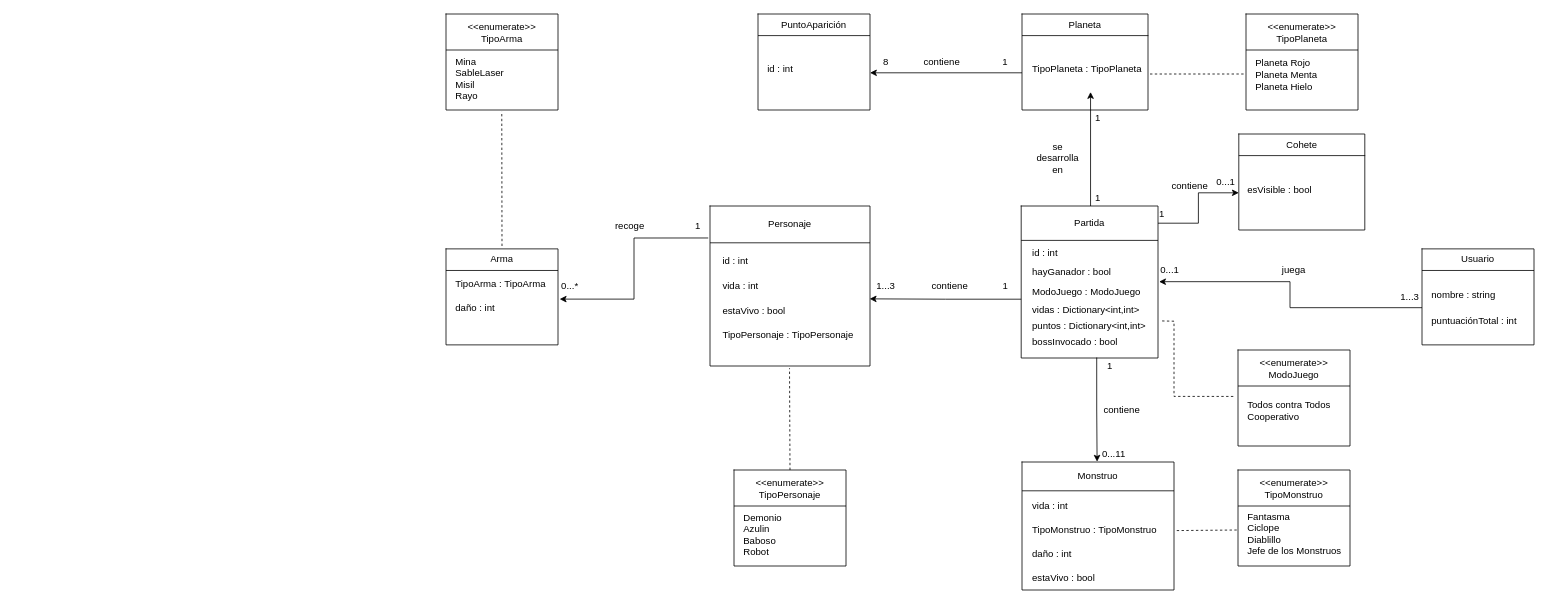
The draw.io diagram CosmicCombat.drawio in juacasalb/Cosmic-Combat, before the edit. Source tidied: cells renumbered, new cells numbered last; positions are measured from the earlier drawing's top-left corner, leaving out a move shared by most shapes. Both pictures are drawn from the tidied source at 80%, with x=0, y=0 at pixel (446, 14).
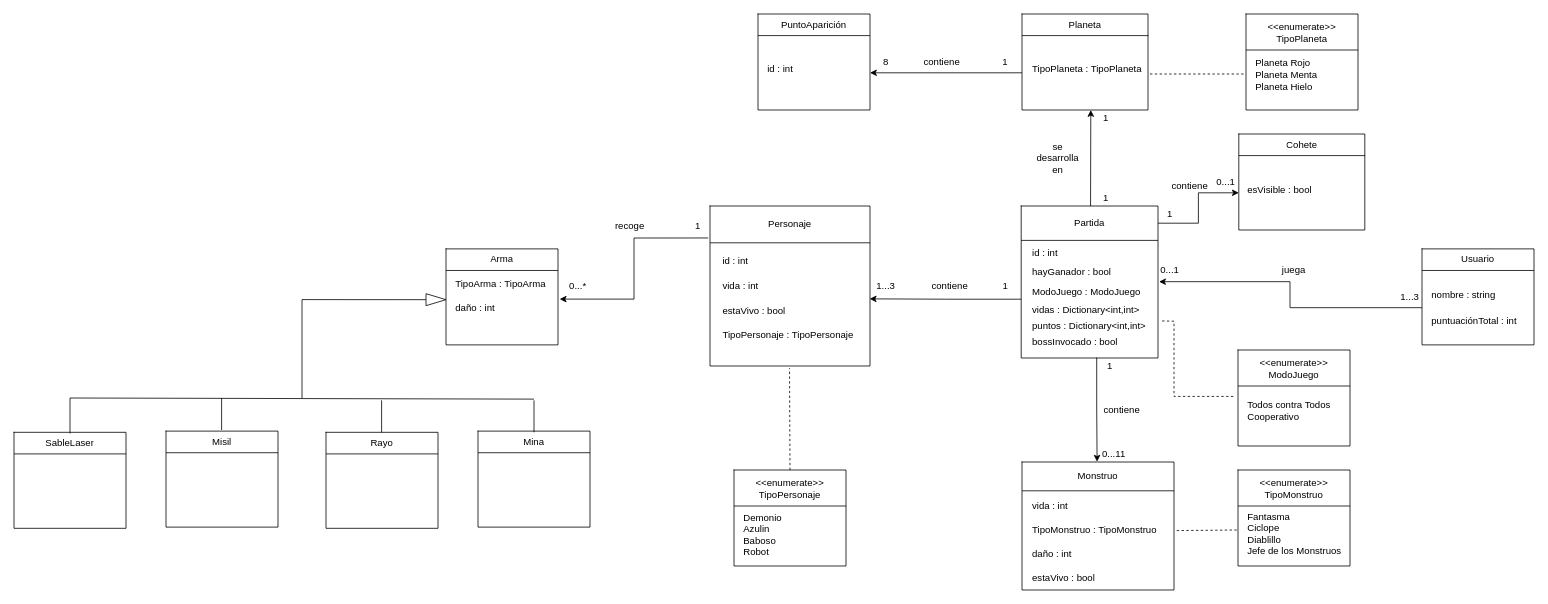
The same page after the edit.

The change refers to these unchanged cells:
```xml
<mxCell id="22" style="group;" parent="1" vertex="1">
  <mxGeometry x="719" y="240" width="171" height="190" as="geometry" />
</mxCell>
```

Change to the diagram source:
```diff
@@
-    <mxCell id="35" style="endArrow=classic;html=1;rounded=0;entryX=0.5;entryY=1;entryDx=0;entryDy=0;" parent="22" edge="1">
+    <mxCell id="35" style="endArrow=classic;html=1;rounded=0;" parent="22" edge="1">
       <mxGeometry relative="1" as="geometry">
         <mxPoint x="86.7" as="sourcePoint" />
-        <mxPoint x="86.7" y="-142.5" as="targetPoint" />
+        <mxPoint x="87" y="-120" as="targetPoint" />
       </mxGeometry>
     </mxCell>
     <mxCell id="36" value="1" style="text;html=1;strokeColor=none;fillColor=none;align=center;verticalAlign=middle;whiteSpace=wrap;rounded=0;" parent="1" vertex="1">
-      <mxGeometry x="795" y="120" width="40" height="20" as="geometry" />
+      <mxGeometry x="805" y="120" width="40" height="20" as="geometry" />
     </mxCell>
     <mxCell id="37" value="1" style="text;html=1;strokeColor=none;fillColor=none;align=center;verticalAlign=middle;whiteSpace=wrap;rounded=0;" parent="1" vertex="1">
-      <mxGeometry x="795" y="220" width="40" height="20" as="geometry" />
+      <mxGeometry x="805" y="220" width="40" height="20" as="geometry" />
     </mxCell>
@@
     <mxCell id="104" value="1" style="text;html=1;strokeColor=none;fillColor=none;align=center;verticalAlign=middle;whiteSpace=wrap;rounded=0;" parent="1" vertex="1">
-      <mxGeometry x="880" y="240" width="30" height="20" as="geometry" />
+      <mxGeometry x="890" y="240" width="30" height="20" as="geometry" />
     </mxCell>
@@
-    <mxCell id="118" style="group;" parent="1" vertex="1">
-      <mxGeometry width="140" height="120" as="geometry" />
-    </mxCell>
-    <mxCell id="119" style="group;" parent="118" vertex="1">
-      <mxGeometry width="140" height="120" as="geometry" />
-    </mxCell>
-    <mxCell id="120" style="shape=table;startSize=0;childLayout=tableLayout;" parent="119" vertex="1">
-      <mxGeometry width="140" height="120" as="geometry" />
-    </mxCell>
-    <mxCell id="121" style="shape=tableRow;horizontal=0;startSize=0;swimlaneHead=0;swimlaneBody=0;strokeColor=inherit;top=0;left=0;bottom=0;right=0;fillColor=none;" parent="120" vertex="1">
-      <mxGeometry width="140" height="45" as="geometry" />
-    </mxCell>
-    <mxCell id="122" value="&lt;div&gt;&amp;lt;&amp;lt;enumerate&amp;gt;&amp;gt;&lt;br&gt;&lt;/div&gt;&lt;div&gt;TipoArma&lt;/div&gt;" style="shape=partialRectangle;html=1;whiteSpace=wrap;strokeColor=inherit;overflow=hidden;fillColor=none;top=0;left=0;bottom=0;right=0;" parent="121" vertex="1">
-      <mxGeometry width="140" height="45" as="geometry" />
-    </mxCell>
-    <mxCell id="123" style="shape=tableRow;horizontal=0;startSize=0;swimlaneHead=0;swimlaneBody=0;strokeColor=inherit;top=0;left=0;bottom=0;right=0;fillColor=none;points=[[0,0.5],[1,0.5]];portConstraint=eastwest;" parent="120" vertex="1">
-      <mxGeometry y="45" width="140" height="75" as="geometry" />
-    </mxCell>
-    <mxCell id="124" style="shape=partialRectangle;html=1;whiteSpace=wrap;strokeColor=inherit;overflow=hidden;fillColor=none;top=0;left=0;bottom=0;right=0;" parent="123" vertex="1">
-      <mxGeometry width="140" height="75" as="geometry" />
-    </mxCell>
-    <mxCell id="125" value="&lt;div&gt;Mina&lt;br&gt;&lt;/div&gt;&lt;div&gt;SableLaser&lt;br&gt;&lt;/div&gt;&lt;div&gt;Misil&lt;br&gt;&lt;/div&gt;&lt;div&gt;Rayo&lt;br&gt;&lt;/div&gt;" style="text;html=1;strokeColor=none;fillColor=none;align=left;verticalAlign=middle;whiteSpace=wrap;rounded=0;" parent="119" vertex="1">
-      <mxGeometry x="10" y="50" width="120" height="61.1" as="geometry" />
-    </mxCell>
     <mxCell id="126" value="0...*" style="text;html=1;strokeColor=none;fillColor=none;align=center;verticalAlign=middle;whiteSpace=wrap;rounded=0;" parent="1" vertex="1">
-      <mxGeometry x="140" y="327.5" width="30" height="25" as="geometry" />
+      <mxGeometry x="150" y="327.5" width="30" height="25" as="geometry" />
     </mxCell>
@@
-    <mxCell id="128" style="endArrow=none;html=1;rounded=0;entryX=0.498;entryY=1.025;entryDx=0;entryDy=0;entryPerimeter=0;dashed=1;" parent="1" edge="1" target="123">
-      <mxGeometry relative="1" as="geometry">
-        <mxPoint x="70" y="290" as="sourcePoint" />
-      </mxGeometry>
-    </mxCell>
@@
+    <mxCell id="141" style="group;" parent="1" vertex="1">
+      <mxGeometry x="-350" y="521.4" width="140" height="120" as="geometry" />
+    </mxCell>
+    <mxCell id="142" style="shape=table;startSize=0;childLayout=tableLayout;" parent="141" vertex="1">
+      <mxGeometry width="140" height="120" as="geometry" />
+    </mxCell>
+    <mxCell id="143" style="shape=tableRow;horizontal=0;startSize=0;swimlaneHead=0;swimlaneBody=0;strokeColor=inherit;top=0;left=0;bottom=0;right=0;fillColor=none;" parent="142" vertex="1">
+      <mxGeometry width="140" height="27" as="geometry" />
+    </mxCell>
+    <mxCell id="144" value="Misil" style="shape=partialRectangle;html=1;whiteSpace=wrap;strokeColor=inherit;overflow=hidden;fillColor=none;top=0;left=0;bottom=0;right=0;" parent="143" vertex="1">
+      <mxGeometry width="140" height="27" as="geometry" />
+    </mxCell>
+    <mxCell id="145" style="shape=tableRow;horizontal=0;startSize=0;swimlaneHead=0;swimlaneBody=0;strokeColor=inherit;top=0;left=0;bottom=0;right=0;fillColor=none;" parent="142" vertex="1">
+      <mxGeometry y="27" width="140" height="93" as="geometry" />
+    </mxCell>
+    <mxCell id="146" style="shape=partialRectangle;html=1;whiteSpace=wrap;strokeColor=inherit;overflow=hidden;fillColor=none;top=0;left=0;bottom=0;right=0;" parent="145" vertex="1">
+      <mxGeometry width="140" height="93" as="geometry" />
+    </mxCell>
+    <mxCell id="147" style="group;" parent="1" vertex="1">
+      <mxGeometry x="40" y="521.4" width="140" height="120" as="geometry" />
+    </mxCell>
+    <mxCell id="148" style="shape=table;startSize=0;childLayout=tableLayout;" parent="147" vertex="1">
+      <mxGeometry width="140" height="120" as="geometry" />
+    </mxCell>
+    <mxCell id="149" style="shape=tableRow;horizontal=0;startSize=0;swimlaneHead=0;swimlaneBody=0;strokeColor=inherit;top=0;left=0;bottom=0;right=0;fillColor=none;" parent="148" vertex="1">
+      <mxGeometry width="140" height="27" as="geometry" />
+    </mxCell>
+    <mxCell id="150" value="Mina" style="shape=partialRectangle;html=1;whiteSpace=wrap;strokeColor=inherit;overflow=hidden;fillColor=none;top=0;left=0;bottom=0;right=0;" parent="149" vertex="1">
+      <mxGeometry width="140" height="27" as="geometry" />
+    </mxCell>
+    <mxCell id="151" style="shape=tableRow;horizontal=0;startSize=0;swimlaneHead=0;swimlaneBody=0;strokeColor=inherit;top=0;left=0;bottom=0;right=0;fillColor=none;" parent="148" vertex="1">
+      <mxGeometry y="27" width="140" height="93" as="geometry" />
+    </mxCell>
+    <mxCell id="152" style="shape=partialRectangle;html=1;whiteSpace=wrap;strokeColor=inherit;overflow=hidden;fillColor=none;top=0;left=0;bottom=0;right=0;" parent="151" vertex="1">
+      <mxGeometry width="140" height="93" as="geometry" />
+    </mxCell>
+    <mxCell id="153" style="endArrow=none;html=1;rounded=0;" parent="1" edge="1">
+      <mxGeometry relative="1" as="geometry">
+        <mxPoint x="-470" y="480" as="sourcePoint" />
+        <mxPoint x="110" y="481.4" as="targetPoint" />
+      </mxGeometry>
+    </mxCell>
+    <mxCell id="154" style="endArrow=none;html=1;rounded=0;entryX=0;entryY=0.5;entryDx=0;entryDy=0;" parent="1" edge="1" target="163">
+      <mxGeometry relative="1" as="geometry">
+        <mxPoint x="-180" y="480" as="sourcePoint" />
+        <Array as="points">
+          <mxPoint x="-180" y="357" />
+        </Array>
+      </mxGeometry>
+    </mxCell>
+    <mxCell id="155" style="endArrow=none;html=1;rounded=0;entryX=0;entryY=0.5;entryDx=0;entryDy=0;" parent="1" edge="1">
+      <mxGeometry relative="1" as="geometry">
+        <mxPoint x="-280.5" y="520" as="sourcePoint" />
+        <mxPoint x="-280.5" y="480" as="targetPoint" />
+      </mxGeometry>
+    </mxCell>
+    <mxCell id="156" style="endArrow=none;html=1;rounded=0;entryX=0;entryY=0.5;entryDx=0;entryDy=0;" parent="1" edge="1">
+      <mxGeometry relative="1" as="geometry">
+        <mxPoint x="110" y="522.9" as="sourcePoint" />
+        <mxPoint x="110" y="482.9" as="targetPoint" />
+      </mxGeometry>
+    </mxCell>
+    <mxCell id="157" style="group;" parent="1" vertex="1">
+      <mxGeometry x="-150" y="522.9" width="140" height="120" as="geometry" />
+    </mxCell>
+    <mxCell id="158" style="shape=table;startSize=0;childLayout=tableLayout;" parent="157" vertex="1">
+      <mxGeometry width="140" height="120" as="geometry" />
+    </mxCell>
+    <mxCell id="159" style="shape=tableRow;horizontal=0;startSize=0;swimlaneHead=0;swimlaneBody=0;strokeColor=inherit;top=0;left=0;bottom=0;right=0;fillColor=none;" parent="158" vertex="1">
+      <mxGeometry width="140" height="27" as="geometry" />
+    </mxCell>
+    <mxCell id="160" value="Rayo" style="shape=partialRectangle;html=1;whiteSpace=wrap;strokeColor=inherit;overflow=hidden;fillColor=none;top=0;left=0;bottom=0;right=0;" parent="159" vertex="1">
+      <mxGeometry width="140" height="27" as="geometry" />
+    </mxCell>
+    <mxCell id="161" style="shape=tableRow;horizontal=0;startSize=0;swimlaneHead=0;swimlaneBody=0;strokeColor=inherit;top=0;left=0;bottom=0;right=0;fillColor=none;" parent="158" vertex="1">
+      <mxGeometry y="27" width="140" height="93" as="geometry" />
+    </mxCell>
+    <mxCell id="162" style="shape=partialRectangle;html=1;whiteSpace=wrap;strokeColor=inherit;overflow=hidden;fillColor=none;top=0;left=0;bottom=0;right=0;" parent="161" vertex="1">
+      <mxGeometry width="140" height="93" as="geometry" />
+    </mxCell>
+    <mxCell id="163" style="triangle;whiteSpace=wrap;html=1;rotation=0;" parent="1" vertex="1">
+      <mxGeometry x="-25" y="349.6" width="25" height="15" as="geometry" />
+    </mxCell>
+    <mxCell id="164" style="endArrow=none;html=1;rounded=0;entryX=0;entryY=0.5;entryDx=0;entryDy=0;" parent="1" edge="1">
+      <mxGeometry relative="1" as="geometry">
+        <mxPoint x="-80.5" y="522.9" as="sourcePoint" />
+        <mxPoint x="-80.5" y="482.9" as="targetPoint" />
+      </mxGeometry>
+    </mxCell>
+    <mxCell id="165" style="group;" parent="1" vertex="1">
+      <mxGeometry x="-540" y="522.9" width="140" height="120" as="geometry" />
+    </mxCell>
+    <mxCell id="166" style="shape=table;startSize=0;childLayout=tableLayout;" parent="165" vertex="1">
+      <mxGeometry width="140" height="120" as="geometry" />
+    </mxCell>
+    <mxCell id="167" style="shape=tableRow;horizontal=0;startSize=0;swimlaneHead=0;swimlaneBody=0;strokeColor=inherit;top=0;left=0;bottom=0;right=0;fillColor=none;" parent="166" vertex="1">
+      <mxGeometry width="140" height="27" as="geometry" />
+    </mxCell>
+    <mxCell id="168" value="SableLaser" style="shape=partialRectangle;html=1;whiteSpace=wrap;strokeColor=inherit;overflow=hidden;fillColor=none;top=0;left=0;bottom=0;right=0;" parent="167" vertex="1">
+      <mxGeometry width="140" height="27" as="geometry" />
+    </mxCell>
+    <mxCell id="169" style="shape=tableRow;horizontal=0;startSize=0;swimlaneHead=0;swimlaneBody=0;strokeColor=inherit;top=0;left=0;bottom=0;right=0;fillColor=none;" parent="166" vertex="1">
+      <mxGeometry y="27" width="140" height="93" as="geometry" />
+    </mxCell>
+    <mxCell id="170" style="shape=partialRectangle;html=1;whiteSpace=wrap;strokeColor=inherit;overflow=hidden;fillColor=none;top=0;left=0;bottom=0;right=0;" parent="169" vertex="1">
+      <mxGeometry width="140" height="93" as="geometry" />
+    </mxCell>
+    <mxCell id="171" style="endArrow=none;html=1;rounded=0;" parent="1" edge="1">
+      <mxGeometry relative="1" as="geometry">
+        <mxPoint x="-470" y="524.3" as="sourcePoint" />
+        <mxPoint x="-470" y="480" as="targetPoint" />
+      </mxGeometry>
+    </mxCell>
```
